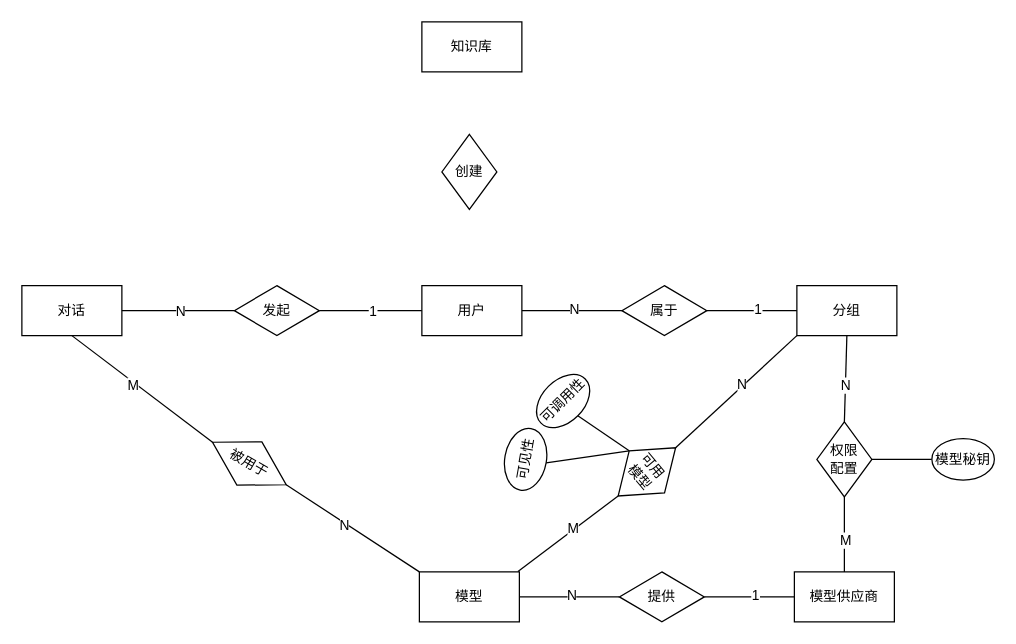
Before: 实体联系图.drawio in Chentx1243/draw.io, a draw.io diagram. Source tidied: cells renumbered, new cells numbered last; positions are measured from the earlier drawing's top-left corner, leaving out a move shared by most shapes. Both pictures are drawn from the tidied source at 125%, with x=0, y=0 at pixel (21, 21).
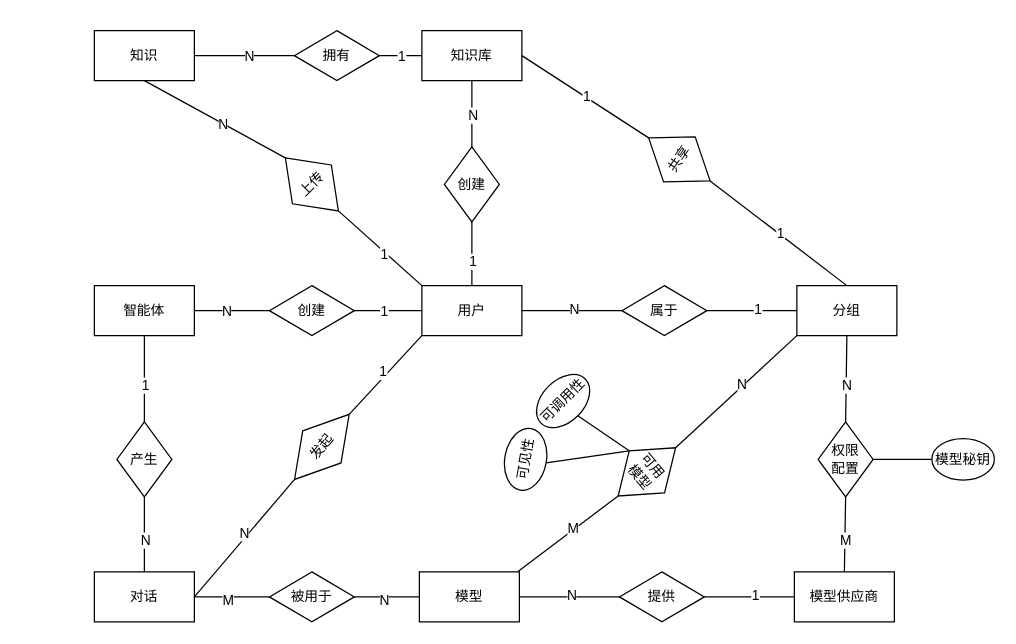
After the change.

Commit message:
更新实体联系图.drawio

Unchanged cells that the change refers to:
```xml
<mxCell id="4" value="用户" style="rounded=0;whiteSpace=wrap;html=1;fontFamily=宋体;fontSize=11;" parent="1" vertex="1">
  <mxGeometry x="320" y="211" width="80" height="40" as="geometry" />
</mxCell>
<mxCell id="5" value="分组" style="rounded=0;whiteSpace=wrap;html=1;fontFamily=宋体;fontSize=11;" parent="1" vertex="1">
  <mxGeometry x="620" y="211" width="80" height="40" as="geometry" />
</mxCell>
<mxCell id="11" value="模型" style="rounded=0;whiteSpace=wrap;html=1;fontFamily=宋体;fontSize=11;" parent="1" vertex="1">
  <mxGeometry x="318" y="440" width="80" height="40" as="geometry" />
</mxCell>
<mxCell id="12" value="模型供应商" style="rounded=0;whiteSpace=wrap;html=1;fontFamily=宋体;fontSize=11;" parent="1" vertex="1">
  <mxGeometry x="618" y="440" width="80" height="40" as="geometry" />
</mxCell>
```

What changed in the source:
```diff
@@
-    <mxCell id="16" value="发起" style="rhombus;whiteSpace=wrap;html=1;fontFamily=宋体;fontSize=11;" parent="1" vertex="1">
-      <mxGeometry x="170" y="211" width="68" height="40" as="geometry" />
+    <mxCell id="16" value="发起" style="rhombus;whiteSpace=wrap;html=1;fontFamily=宋体;fontSize=11;rotation=-50;" parent="1" vertex="1">
+      <mxGeometry x="206" y="320" width="68" height="40" as="geometry" />
     </mxCell>
     <mxCell id="17" value="对话" style="rounded=0;whiteSpace=wrap;html=1;fontFamily=宋体;fontSize=11;" parent="1" vertex="1">
-      <mxGeometry y="211" width="80" height="40" as="geometry" />
+      <mxGeometry x="58" y="440" width="80" height="40" as="geometry" />
     </mxCell>
-    <mxCell id="18" style="rounded=0;jettySize=auto;html=1;endArrow=none;endFill=0;exitX=1;exitY=0.5;exitDx=0;exitDy=0;entryX=0;entryY=0.5;entryDx=0;entryDy=0;" parent="1" edge="1" source="16" target="4">
+    <mxCell id="18" style="rounded=0;jettySize=auto;html=1;endArrow=none;endFill=0;exitX=1;exitY=0.5;exitDx=0;exitDy=0;entryX=0;entryY=1;entryDx=0;entryDy=0;" parent="1" edge="1" source="16" target="4">
       <mxGeometry relative="1" as="geometry" />
     </mxCell>
@@
     <mxCell id="23" value="权限&lt;div&gt;配置&lt;/div&gt;" style="rhombus;whiteSpace=wrap;html=1;fontFamily=宋体;fontSize=11;" parent="1" vertex="1">
-      <mxGeometry x="636" y="320" width="44" height="60" as="geometry" />
+      <mxGeometry x="637" y="320" width="44" height="60" as="geometry" />
     </mxCell>
@@
-    <mxCell id="26" style="rounded=0;jettySize=auto;html=1;endArrow=none;endFill=0;entryX=0.5;entryY=0;entryDx=0;entryDy=0;" parent="1" edge="1" target="12">
-      <mxGeometry relative="1" as="geometry">
-        <mxPoint x="658" y="380" as="sourcePoint" />
-      </mxGeometry>
+    <mxCell id="26" style="rounded=0;jettySize=auto;html=1;endArrow=none;endFill=0;entryX=0.5;entryY=0;entryDx=0;entryDy=0;exitX=0.5;exitY=1;exitDx=0;exitDy=0;" parent="1" edge="1" source="23" target="12">
+      <mxGeometry relative="1" as="geometry" />
     </mxCell>
@@
-    <mxCell id="38" style="rounded=0;jettySize=auto;html=1;endArrow=none;endFill=0;exitX=0;exitY=0;exitDx=0;exitDy=0;entryX=1;entryY=0.5;entryDx=0;entryDy=0;" parent="1" edge="1" source="11" target="40">
+    <mxCell id="38" style="rounded=0;jettySize=auto;html=1;endArrow=none;endFill=0;exitX=0;exitY=0.5;exitDx=0;exitDy=0;entryX=1;entryY=0.5;entryDx=0;entryDy=0;" parent="1" edge="1" source="11" target="40">
       <mxGeometry relative="1" as="geometry" />
     </mxCell>
@@
-    <mxCell id="40" value="被用于" style="rhombus;whiteSpace=wrap;html=1;fontFamily=宋体;fontSize=11;rotation=30;" parent="1" vertex="1">
-      <mxGeometry x="148" y="333.3" width="68" height="40" as="geometry" />
+    <mxCell id="40" value="被用于" style="rhombus;whiteSpace=wrap;html=1;fontFamily=宋体;fontSize=11;rotation=0;" parent="1" vertex="1">
+      <mxGeometry x="198" y="440" width="68" height="40" as="geometry" />
     </mxCell>
-    <mxCell id="41" style="rounded=0;jettySize=auto;html=1;endArrow=none;endFill=0;exitX=0;exitY=0.5;exitDx=0;exitDy=0;entryX=0.5;entryY=1;entryDx=0;entryDy=0;" parent="1" edge="1" source="40" target="17">
+    <mxCell id="41" style="rounded=0;jettySize=auto;html=1;endArrow=none;endFill=0;exitX=0;exitY=0.5;exitDx=0;exitDy=0;entryX=1;entryY=0.5;entryDx=0;entryDy=0;" parent="1" edge="1" source="40" target="17">
       <mxGeometry relative="1" as="geometry" />
     </mxCell>
@@
     <mxCell id="43" value="知识库" style="rounded=0;whiteSpace=wrap;html=1;fontFamily=宋体;fontSize=11;" parent="1" vertex="1">
-      <mxGeometry x="320" width="80" height="40" as="geometry" />
+      <mxGeometry x="320" y="7" width="80" height="40" as="geometry" />
     </mxCell>
     <mxCell id="44" value="创建" style="rhombus;whiteSpace=wrap;html=1;fontFamily=宋体;fontSize=11;" parent="1" vertex="1">
-      <mxGeometry x="336" y="90" width="44" height="60" as="geometry" />
+      <mxGeometry x="338" y="100" width="44" height="60" as="geometry" />
     </mxCell>
+    <mxCell id="45" style="rounded=0;jettySize=auto;html=1;endArrow=none;endFill=0;entryX=0.5;entryY=0;entryDx=0;entryDy=0;exitX=0.5;exitY=1;exitDx=0;exitDy=0;" parent="1" edge="1" source="43" target="44">
+      <mxGeometry relative="1" as="geometry" />
+    </mxCell>
+    <mxCell id="46" value="N" style="edgeLabel;html=1;align=center;verticalAlign=middle;fontFamily=宋体;fontSize=11;" parent="45" vertex="1">
+      <mxGeometry x="0.03" y="2" relative="1" as="geometry">
+        <mxPoint x="-2" as="offset" />
+      </mxGeometry>
+    </mxCell>
+    <mxCell id="47" style="rounded=0;jettySize=auto;html=1;endArrow=none;endFill=0;exitX=0.5;exitY=1;exitDx=0;exitDy=0;entryX=0.5;entryY=0;entryDx=0;entryDy=0;" parent="1" edge="1" source="44" target="4">
+      <mxGeometry relative="1" as="geometry" />
+    </mxCell>
+    <mxCell id="48" value="1" style="edgeLabel;html=1;align=center;verticalAlign=middle;fontFamily=宋体;fontSize=11;" parent="47" vertex="1">
+      <mxGeometry x="0.12" y="2" relative="1" as="geometry">
+        <mxPoint x="-2" y="2" as="offset" />
+      </mxGeometry>
+    </mxCell>
+    <mxCell id="49" value="共享" style="rhombus;whiteSpace=wrap;html=1;fontFamily=宋体;fontSize=11;rotation=-55;" parent="1" vertex="1">
+      <mxGeometry x="504" y="80" width="44" height="60" as="geometry" />
+    </mxCell>
+    <mxCell id="50" style="rounded=0;jettySize=auto;html=1;endArrow=none;endFill=0;entryX=0.5;entryY=0;entryDx=0;entryDy=0;exitX=1;exitY=0.5;exitDx=0;exitDy=0;" parent="1" edge="1" source="43" target="49">
+      <mxGeometry relative="1" as="geometry" />
+    </mxCell>
+    <mxCell id="51" value="1" style="edgeLabel;html=1;align=center;verticalAlign=middle;fontFamily=宋体;fontSize=11;" parent="50" vertex="1">
+      <mxGeometry x="0.03" y="2" relative="1" as="geometry">
+        <mxPoint x="-2" as="offset" />
+      </mxGeometry>
+    </mxCell>
+    <mxCell id="52" style="rounded=0;jettySize=auto;html=1;endArrow=none;endFill=0;entryX=0.5;entryY=0;entryDx=0;entryDy=0;exitX=0.5;exitY=1;exitDx=0;exitDy=0;" parent="1" edge="1" source="49" target="5">
+      <mxGeometry relative="1" as="geometry" />
+    </mxCell>
+    <mxCell id="53" value="1" style="edgeLabel;html=1;align=center;verticalAlign=middle;fontFamily=宋体;fontSize=11;" parent="52" vertex="1">
+      <mxGeometry x="0.03" y="2" relative="1" as="geometry">
+        <mxPoint x="-2" as="offset" />
+      </mxGeometry>
+    </mxCell>
+    <mxCell id="54" value="知识" style="rounded=0;whiteSpace=wrap;html=1;fontFamily=宋体;fontSize=11;" parent="1" vertex="1">
+      <mxGeometry x="58" y="7" width="80" height="40" as="geometry" />
+    </mxCell>
+    <mxCell id="55" value="上传" style="rhombus;whiteSpace=wrap;html=1;fontFamily=宋体;fontSize=11;rotation=-45;" parent="1" vertex="1">
+      <mxGeometry x="210" y="100" width="44" height="60" as="geometry" />
+    </mxCell>
+    <mxCell id="56" style="rounded=0;jettySize=auto;html=1;endArrow=none;endFill=0;exitX=0.5;exitY=1;exitDx=0;exitDy=0;entryX=0;entryY=0;entryDx=0;entryDy=0;" parent="1" edge="1" source="55" target="4">
+      <mxGeometry relative="1" as="geometry" />
+    </mxCell>
+    <mxCell id="57" value="1" style="edgeLabel;html=1;align=center;verticalAlign=middle;fontFamily=宋体;fontSize=11;" parent="56" vertex="1">
+      <mxGeometry x="0.12" y="2" relative="1" as="geometry">
+        <mxPoint x="-2" y="2" as="offset" />
+      </mxGeometry>
+    </mxCell>
+    <mxCell id="58" style="rounded=0;jettySize=auto;html=1;endArrow=none;endFill=0;exitX=0.5;exitY=1;exitDx=0;exitDy=0;entryX=0.5;entryY=0;entryDx=0;entryDy=0;" parent="1" edge="1" source="54" target="55">
+      <mxGeometry relative="1" as="geometry" />
+    </mxCell>
+    <mxCell id="59" value="N" style="edgeLabel;html=1;align=center;verticalAlign=middle;fontFamily=宋体;fontSize=11;" parent="58" vertex="1">
+      <mxGeometry x="0.12" y="2" relative="1" as="geometry">
+        <mxPoint x="-2" y="2" as="offset" />
+      </mxGeometry>
+    </mxCell>
+    <mxCell id="60" value="拥有" style="rhombus;whiteSpace=wrap;html=1;fontFamily=宋体;fontSize=11;" parent="1" vertex="1">
+      <mxGeometry x="218" y="7" width="68" height="40" as="geometry" />
+    </mxCell>
+    <mxCell id="61" style="rounded=0;jettySize=auto;html=1;endArrow=none;endFill=0;exitX=1;exitY=0.5;exitDx=0;exitDy=0;entryX=0;entryY=0.5;entryDx=0;entryDy=0;" parent="1" edge="1" source="60" target="43">
+      <mxGeometry relative="1" as="geometry" />
+    </mxCell>
+    <mxCell id="62" value="1" style="edgeLabel;html=1;align=center;verticalAlign=middle;fontFamily=宋体;fontSize=11;" parent="61" vertex="1">
+      <mxGeometry x="0.12" y="2" relative="1" as="geometry">
+        <mxPoint x="-2" y="2" as="offset" />
+      </mxGeometry>
+    </mxCell>
+    <mxCell id="63" style="rounded=0;jettySize=auto;html=1;endArrow=none;endFill=0;exitX=1;exitY=0.5;exitDx=0;exitDy=0;entryX=0;entryY=0.5;entryDx=0;entryDy=0;" parent="1" edge="1" source="54" target="60">
+      <mxGeometry relative="1" as="geometry" />
+    </mxCell>
+    <mxCell id="64" value="N" style="edgeLabel;html=1;align=center;verticalAlign=middle;fontFamily=宋体;fontSize=11;" parent="63" vertex="1">
+      <mxGeometry x="0.12" y="2" relative="1" as="geometry">
+        <mxPoint x="-2" y="2" as="offset" />
+      </mxGeometry>
+    </mxCell>
+    <mxCell id="65" value="智能体" style="rounded=0;whiteSpace=wrap;html=1;fontFamily=宋体;fontSize=11;" parent="1" vertex="1">
+      <mxGeometry x="58" y="211" width="80" height="40" as="geometry" />
+    </mxCell>
+    <mxCell id="66" value="创建" style="rhombus;whiteSpace=wrap;html=1;fontFamily=宋体;fontSize=11;rotation=0;" parent="1" vertex="1">
+      <mxGeometry x="198" y="211" width="68" height="40" as="geometry" />
+    </mxCell>
+    <mxCell id="67" style="rounded=0;jettySize=auto;html=1;endArrow=none;endFill=0;exitX=0;exitY=0.5;exitDx=0;exitDy=0;entryX=1;entryY=0.5;entryDx=0;entryDy=0;" parent="1" edge="1" source="4" target="66">
+      <mxGeometry relative="1" as="geometry" />
+    </mxCell>
+    <mxCell id="68" value="1" style="edgeLabel;html=1;align=center;verticalAlign=middle;fontFamily=宋体;fontSize=11;" parent="67" vertex="1">
+      <mxGeometry x="0.12" y="2" relative="1" as="geometry">
+        <mxPoint x="-1" y="-2" as="offset" />
+      </mxGeometry>
+    </mxCell>
+    <mxCell id="69" style="rounded=0;jettySize=auto;html=1;endArrow=none;endFill=0;exitX=0;exitY=0.5;exitDx=0;exitDy=0;entryX=1;entryY=0.5;entryDx=0;entryDy=0;" parent="1" edge="1" source="66" target="65">
+      <mxGeometry relative="1" as="geometry" />
+    </mxCell>
+    <mxCell id="70" value="N" style="edgeLabel;html=1;align=center;verticalAlign=middle;fontFamily=宋体;fontSize=11;" parent="69" vertex="1">
+      <mxGeometry x="0.12" y="2" relative="1" as="geometry">
+        <mxPoint x="-1" y="-2" as="offset" />
+      </mxGeometry>
+    </mxCell>
+    <mxCell id="71" value="产生" style="rhombus;whiteSpace=wrap;html=1;fontFamily=宋体;fontSize=11;" parent="1" vertex="1">
+      <mxGeometry x="76" y="320" width="44" height="60" as="geometry" />
+    </mxCell>
+    <mxCell id="72" style="rounded=0;jettySize=auto;html=1;endArrow=none;endFill=0;exitX=0.5;exitY=1;exitDx=0;exitDy=0;entryX=0.5;entryY=0;entryDx=0;entryDy=0;" parent="1" edge="1" source="65" target="71">
+      <mxGeometry relative="1" as="geometry" />
+    </mxCell>
+    <mxCell id="73" value="1" style="edgeLabel;html=1;align=center;verticalAlign=middle;fontFamily=宋体;fontSize=11;" parent="72" vertex="1">
+      <mxGeometry x="0.12" y="2" relative="1" as="geometry">
+        <mxPoint x="-2" as="offset" />
+      </mxGeometry>
+    </mxCell>
+    <mxCell id="74" style="rounded=0;jettySize=auto;html=1;endArrow=none;endFill=0;entryX=0.5;entryY=0;entryDx=0;entryDy=0;exitX=0.5;exitY=1;exitDx=0;exitDy=0;" parent="1" edge="1" source="71" target="17">
+      <mxGeometry relative="1" as="geometry" />
+    </mxCell>
+    <mxCell id="75" value="N" style="edgeLabel;html=1;align=center;verticalAlign=middle;fontFamily=宋体;fontSize=11;" parent="74" vertex="1">
+      <mxGeometry x="0.12" y="2" relative="1" as="geometry">
+        <mxPoint x="-2" as="offset" />
+      </mxGeometry>
+    </mxCell>
```
